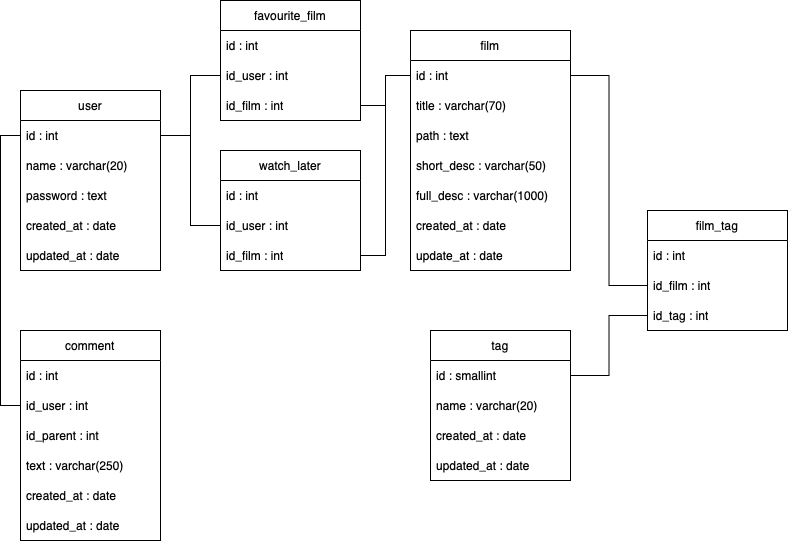
This is _plan/database_plan.drawio.png from FilipSankowski/film_app, a draw.io export, as it was before one commit. Source tidied: cells renumbered, new cells last; positions are measured from the earlier drawing's top-left corner, leaving out a move shared by most shapes.
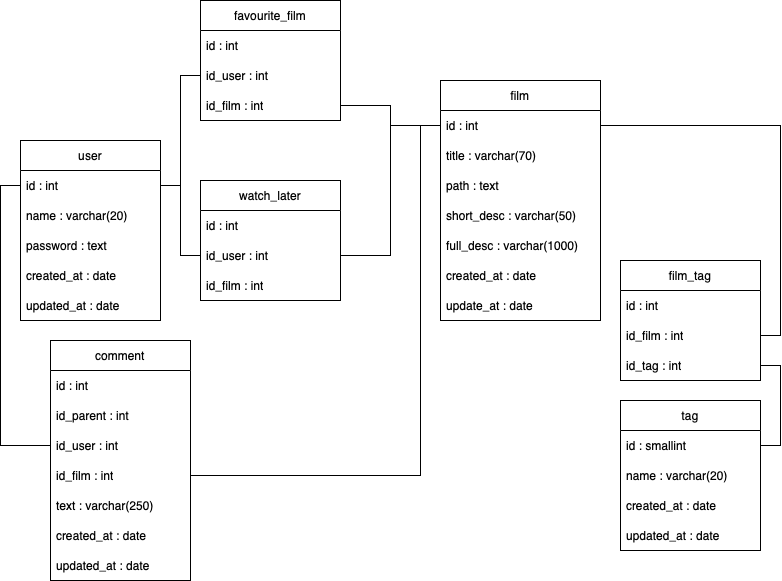
The same file after the commit.

Commit message:
updated database plan

What changed in the source:
```diff
@@ -3,7 +3,7 @@
     <mxCell id="0" />
     <mxCell id="1" parent="0" />
     <mxCell id="2" value="user" style="swimlane;fontStyle=0;horizontal=1;startSize=30;whiteSpace=wrap;html=1;" parent="1" vertex="1">
-      <mxGeometry y="90" width="140" height="180" as="geometry" />
+      <mxGeometry x="-30" y="90" width="140" height="180" as="geometry" />
     </mxCell>
     <mxCell id="3" value="id : int" style="text;strokeColor=none;fillColor=none;align=left;verticalAlign=middle;spacingLeft=4;spacingRight=4;overflow=hidden;points=[[0,0.5],[1,0.5]];portConstraint=eastwest;whiteSpace=wrap;html=1;" parent="2" vertex="1">
       <mxGeometry y="30" width="140" height="30" as="geometry" />
@@ -21,7 +21,7 @@
       <mxGeometry y="150" width="140" height="30" as="geometry" />
     </mxCell>
     <mxCell id="8" value="tag" style="swimlane;fontStyle=0;horizontal=1;startSize=30;whiteSpace=wrap;html=1;" parent="1" vertex="1">
-      <mxGeometry x="410" y="330" width="140" height="150" as="geometry" />
+      <mxGeometry x="570" y="350" width="140" height="150" as="geometry" />
     </mxCell>
     <mxCell id="9" value="id : smallint" style="text;strokeColor=none;fillColor=none;align=left;verticalAlign=middle;spacingLeft=4;spacingRight=4;overflow=hidden;points=[[0,0.5],[1,0.5]];portConstraint=eastwest;whiteSpace=wrap;html=1;" parent="8" vertex="1">
       <mxGeometry y="30" width="140" height="30" as="geometry" />
@@ -60,28 +60,31 @@
       <mxGeometry y="210" width="160" height="30" as="geometry" />
     </mxCell>
     <mxCell id="21" value="comment" style="swimlane;fontStyle=0;horizontal=1;startSize=30;whiteSpace=wrap;html=1;" parent="1" vertex="1">
-      <mxGeometry y="330" width="140" height="210" as="geometry" />
+      <mxGeometry y="290" width="140" height="240" as="geometry" />
     </mxCell>
     <mxCell id="22" value="id : int" style="text;strokeColor=none;fillColor=none;align=left;verticalAlign=middle;spacingLeft=4;spacingRight=4;overflow=hidden;whiteSpace=wrap;html=1;" parent="21" vertex="1">
       <mxGeometry y="30" width="140" height="30" as="geometry" />
     </mxCell>
+    <mxCell id="24" value="id_parent : int" style="text;strokeColor=none;fillColor=none;align=left;verticalAlign=middle;spacingLeft=4;spacingRight=4;overflow=hidden;whiteSpace=wrap;html=1;" parent="21" vertex="1">
+      <mxGeometry y="60" width="140" height="30" as="geometry" />
+    </mxCell>
     <mxCell id="23" value="id_user : int" style="text;strokeColor=none;fillColor=none;align=left;verticalAlign=middle;spacingLeft=4;spacingRight=4;overflow=hidden;points=[[0,0.5],[1,0.5]];portConstraint=eastwest;whiteSpace=wrap;html=1;" parent="21" vertex="1">
-      <mxGeometry y="60" width="140" height="30" as="geometry" />
+      <mxGeometry y="90" width="140" height="30" as="geometry" />
     </mxCell>
-    <mxCell id="24" value="id_parent : int" style="text;strokeColor=none;fillColor=none;align=left;verticalAlign=middle;spacingLeft=4;spacingRight=4;overflow=hidden;whiteSpace=wrap;html=1;" parent="21" vertex="1">
-      <mxGeometry y="90" width="140" height="30" as="geometry" />
-    </mxCell>
+    <mxCell id="47" value="id_film&amp;nbsp;: int" style="text;strokeColor=none;fillColor=none;align=left;verticalAlign=middle;spacingLeft=4;spacingRight=4;overflow=hidden;points=[[0,0.5],[1,0.5]];portConstraint=eastwest;whiteSpace=wrap;html=1;" parent="21" vertex="1">
+      <mxGeometry y="120" width="140" height="30" as="geometry" />
+    </mxCell>
     <mxCell id="25" value="text : varchar(250)" style="text;strokeColor=none;fillColor=none;align=left;verticalAlign=middle;spacingLeft=4;spacingRight=4;overflow=hidden;whiteSpace=wrap;html=1;" parent="21" vertex="1">
-      <mxGeometry y="120" width="140" height="30" as="geometry" />
+      <mxGeometry y="150" width="140" height="30" as="geometry" />
     </mxCell>
     <mxCell id="26" value="created_at : date" style="text;strokeColor=none;fillColor=none;align=left;verticalAlign=middle;spacingLeft=4;spacingRight=4;overflow=hidden;whiteSpace=wrap;html=1;" parent="21" vertex="1">
-      <mxGeometry y="150" width="140" height="30" as="geometry" />
+      <mxGeometry y="180" width="140" height="30" as="geometry" />
     </mxCell>
     <mxCell id="27" value="updated_at : date" style="text;strokeColor=none;fillColor=none;align=left;verticalAlign=middle;spacingLeft=4;spacingRight=4;overflow=hidden;whiteSpace=wrap;html=1;" parent="21" vertex="1">
-      <mxGeometry y="180" width="140" height="30" as="geometry" />
+      <mxGeometry y="210" width="140" height="30" as="geometry" />
     </mxCell>
     <mxCell id="28" value="favourite_film" style="swimlane;fontStyle=0;horizontal=1;startSize=30;whiteSpace=wrap;html=1;" parent="1" vertex="1">
-      <mxGeometry x="200" width="140" height="120" as="geometry" />
+      <mxGeometry x="150" y="-50" width="140" height="120" as="geometry" />
     </mxCell>
     <mxCell id="29" value="id : int" style="text;strokeColor=none;fillColor=none;align=left;verticalAlign=middle;spacingLeft=4;spacingRight=4;overflow=hidden;whiteSpace=wrap;html=1;" parent="28" vertex="1">
       <mxGeometry y="30" width="140" height="30" as="geometry" />
@@ -99,7 +102,7 @@
       <mxGeometry relative="1" as="geometry" />
     </mxCell>
     <mxCell id="34" value="watch_later" style="swimlane;fontStyle=0;horizontal=1;startSize=30;whiteSpace=wrap;html=1;" parent="1" vertex="1">
-      <mxGeometry x="200" y="150" width="140" height="120" as="geometry" />
+      <mxGeometry x="150" y="130" width="140" height="120" as="geometry" />
     </mxCell>
     <mxCell id="35" value="id : int" style="text;strokeColor=none;fillColor=none;align=left;verticalAlign=middle;spacingLeft=4;spacingRight=4;overflow=hidden;whiteSpace=wrap;html=1;" parent="34" vertex="1">
       <mxGeometry y="30" width="140" height="30" as="geometry" />
@@ -113,14 +116,8 @@
     <mxCell id="38" style="edgeStyle=orthogonalEdgeStyle;rounded=0;jettySize=auto;html=1;exitX=1;exitY=0.5;exitDx=0;exitDy=0;entryX=0;entryY=0.5;entryDx=0;entryDy=0;endArrow=none;endFill=0;" parent="1" edge="1" source="3" target="36">
       <mxGeometry relative="1" as="geometry" />
     </mxCell>
-    <mxCell id="39" style="edgeStyle=orthogonalEdgeStyle;rounded=0;jettySize=auto;html=1;exitX=1;exitY=0.5;exitDx=0;exitDy=0;endArrow=none;endFill=0;" parent="1" edge="1" source="37" target="14">
-      <mxGeometry relative="1" as="geometry" />
-    </mxCell>
-    <mxCell id="40" style="edgeStyle=orthogonalEdgeStyle;rounded=0;jettySize=auto;html=1;exitX=1;exitY=0.5;exitDx=0;exitDy=0;entryX=0;entryY=0.5;entryDx=0;entryDy=0;endArrow=none;endFill=0;" parent="1" edge="1" source="31" target="14">
-      <mxGeometry relative="1" as="geometry" />
-    </mxCell>
     <mxCell id="41" value="film_tag" style="swimlane;fontStyle=0;horizontal=1;startSize=30;whiteSpace=wrap;html=1;" parent="1" vertex="1">
-      <mxGeometry x="627" y="210" width="140" height="120" as="geometry" />
+      <mxGeometry x="570" y="210" width="140" height="120" as="geometry" />
     </mxCell>
     <mxCell id="42" value="id : int" style="text;strokeColor=none;fillColor=none;align=left;verticalAlign=middle;spacingLeft=4;spacingRight=4;overflow=hidden;whiteSpace=wrap;html=1;" parent="41" vertex="1">
       <mxGeometry y="30" width="140" height="30" as="geometry" />
@@ -131,11 +128,25 @@
     <mxCell id="44" value="id_tag : int" style="text;strokeColor=none;fillColor=none;align=left;verticalAlign=middle;spacingLeft=4;spacingRight=4;overflow=hidden;points=[[0,0.5],[1,0.5]];portConstraint=eastwest;whiteSpace=wrap;html=1;" parent="41" vertex="1">
       <mxGeometry y="90" width="140" height="30" as="geometry" />
     </mxCell>
+    <mxCell id="48" style="edgeStyle=orthogonalEdgeStyle;rounded=0;jettySize=auto;html=1;exitX=1;exitY=0.5;exitDx=0;exitDy=0;endArrow=none;endFill=0;entryX=0;entryY=0.5;entryDx=0;entryDy=0;" parent="1" edge="1" source="47" target="14">
+      <mxGeometry relative="1" as="geometry">
+        <Array as="points">
+          <mxPoint x="370" y="425" />
+          <mxPoint x="370" y="75" />
+        </Array>
+      </mxGeometry>
+    </mxCell>
+    <mxCell id="49" style="edgeStyle=orthogonalEdgeStyle;rounded=0;jettySize=auto;html=1;exitX=1;exitY=0.5;exitDx=0;exitDy=0;entryX=0;entryY=0.5;entryDx=0;entryDy=0;endArrow=none;endFill=0;" parent="1" edge="1" source="36" target="14">
+      <mxGeometry relative="1" as="geometry" />
+    </mxCell>
+    <mxCell id="40" style="edgeStyle=orthogonalEdgeStyle;rounded=0;jettySize=auto;html=1;exitX=1;exitY=0.5;exitDx=0;exitDy=0;entryX=0;entryY=0.5;entryDx=0;entryDy=0;endArrow=none;endFill=0;" parent="1" edge="1" source="31" target="14">
+      <mxGeometry relative="1" as="geometry" />
+    </mxCell>
+    <mxCell id="50" style="edgeStyle=orthogonalEdgeStyle;rounded=0;jettySize=auto;html=1;exitX=1;exitY=0.5;exitDx=0;exitDy=0;entryX=1;entryY=0.5;entryDx=0;entryDy=0;endArrow=none;endFill=0;" parent="1" edge="1" source="14" target="43">
+      <mxGeometry relative="1" as="geometry" />
+    </mxCell>
-    <mxCell id="45" style="edgeStyle=orthogonalEdgeStyle;rounded=0;jettySize=auto;html=1;exitX=1;exitY=0.5;exitDx=0;exitDy=0;entryX=0;entryY=0.5;entryDx=0;entryDy=0;endArrow=none;endFill=0;" parent="1" edge="1" source="9" target="44">
+    <mxCell id="45" style="edgeStyle=orthogonalEdgeStyle;rounded=0;jettySize=auto;html=1;exitX=1;exitY=0.5;exitDx=0;exitDy=0;entryX=1;entryY=0.5;entryDx=0;entryDy=0;endArrow=none;endFill=0;" parent="1" edge="1" source="9" target="44">
       <mxGeometry relative="1" as="geometry" />
     </mxCell>
-    <mxCell id="46" style="edgeStyle=orthogonalEdgeStyle;rounded=0;jettySize=auto;html=1;exitX=0;exitY=0.5;exitDx=0;exitDy=0;endArrow=none;endFill=0;" parent="1" edge="1" source="43" target="14">
-      <mxGeometry relative="1" as="geometry" />
-    </mxCell>
   </root>
 </mxGraphModel>
```
